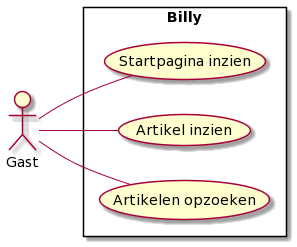
Earlier version of the PlantUML export documentation/uml/use-case/use-case.png (software-strijders/billy).
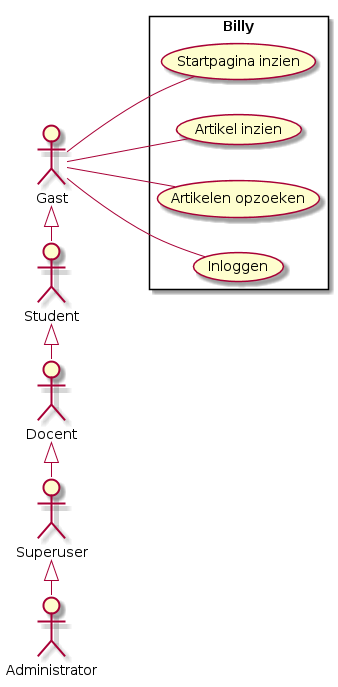
The same diagram one commit later.

Commit message:
Update use case diagram

The edit, as a diff of the source:
```diff
@@ -1,15 +1,25 @@
 @startuml
 left to right direction
-
-actor Gast as g
 
 rectangle Billy {
   usecase "Startpagina inzien" as UC1
   usecase "Artikel inzien" as UC2
   usecase "Artikelen opzoeken" as UC3
+  usecase "Inloggen" as UC4
 }
 
+actor Gast as g
+actor Student as s
+actor Docent as d
+actor Superuser as su
+actor Administrator as a
+
 g -right- UC1
-g -- UC2
+g -right- UC2
+g <|-right- s
 g -- UC3
+g -- UC4
+s <|-right- d
+d <|-right- su
+su <|-right- a
 @enduml
```
